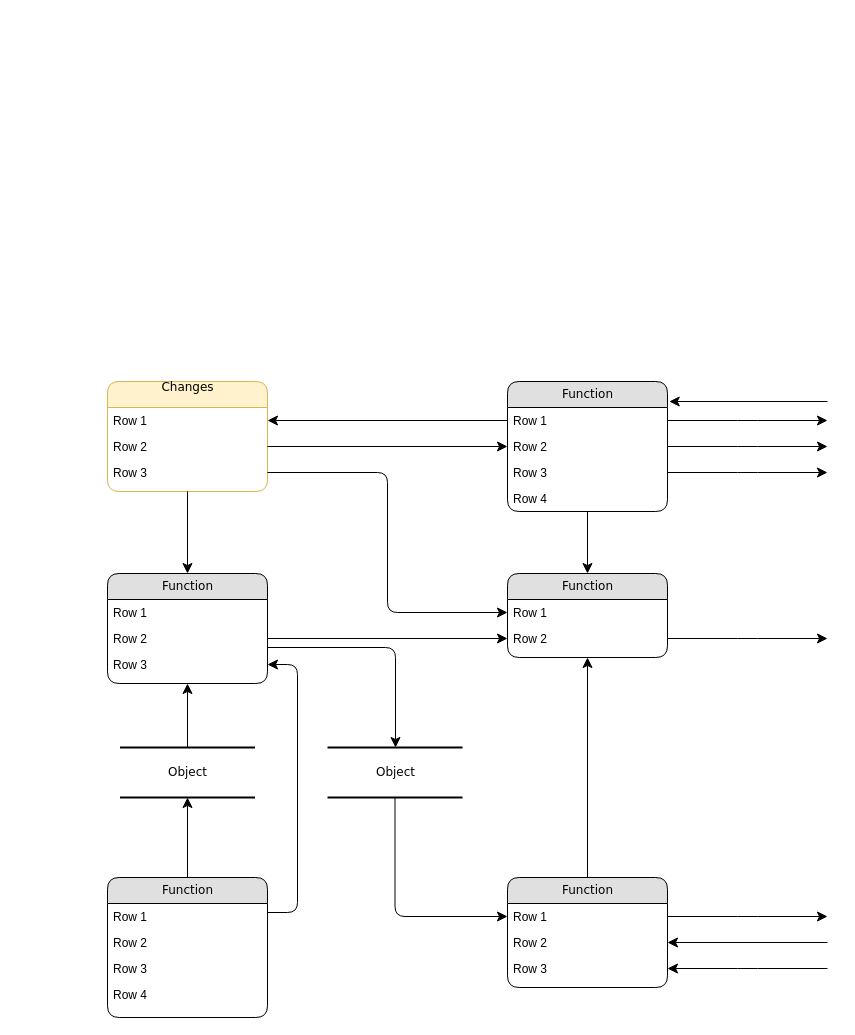
Earlier version of the draw.io diagram Untitled Diagram.drawio (98rahul/-sample-app). Source tidied: cells renumbered, new cells numbered last; positions are measured from the earlier drawing's top-left corner, leaving out a move shared by most shapes. Both pictures are drawn from the tidied source at 100%, with x=0, y=0 at pixel (107, 381).
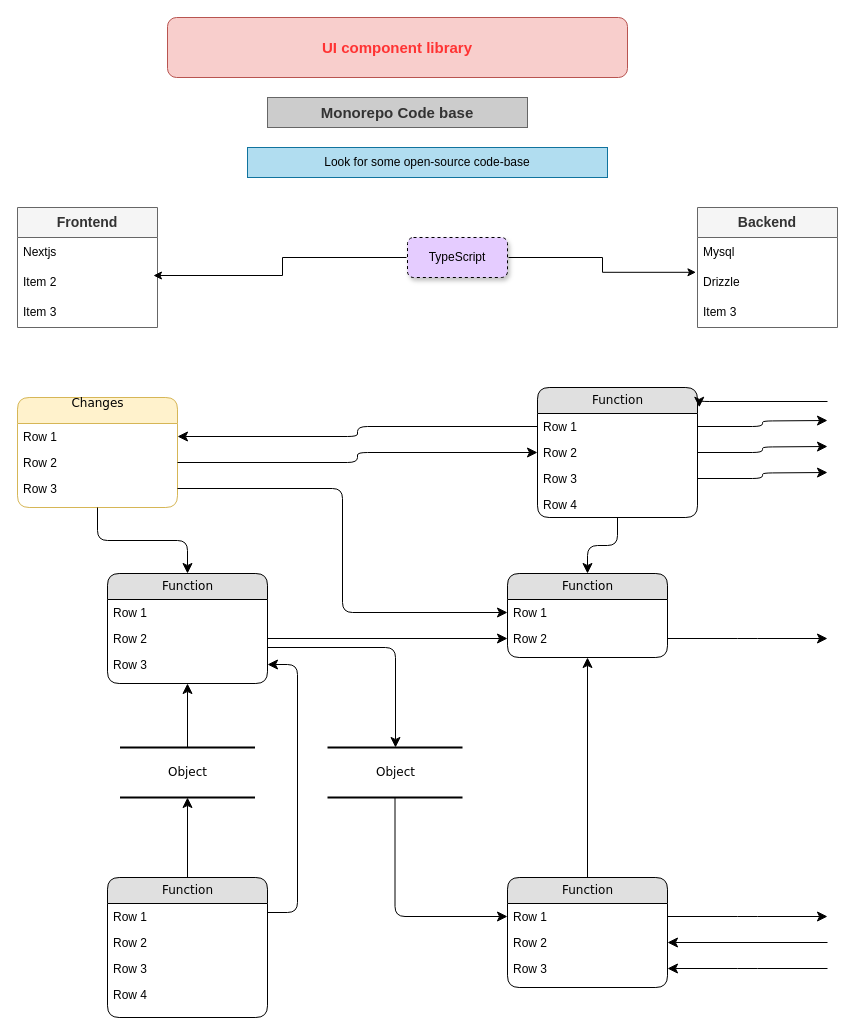
After the change.

The edit, as a diff of the source:
```diff
@@
     <mxCell id="3" value="Changes&lt;div&gt;&lt;br&gt;&lt;/div&gt;" style="swimlane;html=1;fontStyle=0;horizontal=1;startSize=26;fillColor=#fff2cc;swimlaneFillColor=#ffffff;align=center;rounded=1;shadow=0;comic=0;labelBackgroundColor=none;strokeWidth=1;fontFamily=Verdana;fontSize=12;strokeColor=#d6b656;" parent="1" vertex="1">
-      <mxGeometry width="160" height="110" as="geometry" />
+      <mxGeometry x="-90" y="16" width="160" height="110" as="geometry" />
     </mxCell>
@@
     <mxCell id="7" value="Function" style="swimlane;html=1;fontStyle=0;horizontal=1;startSize=26;fillColor=#e0e0e0;swimlaneFillColor=#ffffff;align=center;rounded=1;shadow=0;comic=0;labelBackgroundColor=none;strokeWidth=1;fontFamily=Verdana;fontSize=12;" parent="1" vertex="1">
-      <mxGeometry x="400" width="160" height="130" as="geometry" />
+      <mxGeometry x="430" y="6" width="160" height="130" as="geometry" />
     </mxCell>
@@
+    <mxCell id="49" value="UI component library" style="rounded=1;whiteSpace=wrap;html=1;fillColor=#f8cecc;strokeColor=#b85450;fontSize=15;fontStyle=1;fontColor=#FF3333;" parent="1" vertex="1">
+      <mxGeometry x="60" y="-364" width="460" height="60" as="geometry" />
+    </mxCell>
+    <mxCell id="50" value="&lt;font style=&quot;font-size: 14px;&quot;&gt;&lt;b&gt;Frontend&lt;/b&gt;&lt;/font&gt;" style="swimlane;fontStyle=0;horizontal=1;startSize=30;whiteSpace=wrap;html=1;fillColor=#f5f5f5;strokeColor=#666666;fontColor=#333333;" parent="1" vertex="1">
+      <mxGeometry x="-90" y="-174" width="140" height="120" as="geometry" />
+    </mxCell>
+    <mxCell id="51" value="Nextjs" style="text;strokeColor=none;fillColor=none;align=left;verticalAlign=middle;spacingLeft=4;spacingRight=4;overflow=hidden;whiteSpace=wrap;html=1;" parent="50" vertex="1">
+      <mxGeometry y="30" width="140" height="30" as="geometry" />
+    </mxCell>
+    <mxCell id="52" value="Item 2" style="text;strokeColor=none;fillColor=none;align=left;verticalAlign=middle;spacingLeft=4;spacingRight=4;overflow=hidden;points=[[0,0.5],[1,0.5]];portConstraint=eastwest;whiteSpace=wrap;html=1;" parent="50" vertex="1">
+      <mxGeometry y="60" width="140" height="30" as="geometry" />
+    </mxCell>
+    <mxCell id="53" value="Item 3" style="text;strokeColor=none;fillColor=none;align=left;verticalAlign=middle;spacingLeft=4;spacingRight=4;overflow=hidden;whiteSpace=wrap;html=1;" parent="50" vertex="1">
+      <mxGeometry y="90" width="140" height="30" as="geometry" />
+    </mxCell>
+    <mxCell id="54" value="&lt;b&gt;&lt;font style=&quot;font-size: 14px;&quot;&gt;Backend&lt;/font&gt;&lt;/b&gt;" style="swimlane;fontStyle=0;horizontal=1;startSize=30;whiteSpace=wrap;html=1;fillColor=#f5f5f5;fontColor=#333333;strokeColor=#666666;" parent="1" vertex="1">
+      <mxGeometry x="590" y="-174" width="140" height="120" as="geometry" />
+    </mxCell>
+    <mxCell id="55" value="Mysql" style="text;strokeColor=none;fillColor=none;align=left;verticalAlign=middle;spacingLeft=4;spacingRight=4;overflow=hidden;whiteSpace=wrap;html=1;" parent="54" vertex="1">
+      <mxGeometry y="30" width="140" height="30" as="geometry" />
+    </mxCell>
+    <mxCell id="56" value="Drizzle" style="text;strokeColor=none;fillColor=none;align=left;verticalAlign=middle;spacingLeft=4;spacingRight=4;overflow=hidden;points=[[0,0.5],[1,0.5]];portConstraint=eastwest;whiteSpace=wrap;html=1;" parent="54" vertex="1">
+      <mxGeometry y="60" width="140" height="30" as="geometry" />
+    </mxCell>
+    <mxCell id="57" value="Item 3" style="text;strokeColor=none;fillColor=none;align=left;verticalAlign=middle;spacingLeft=4;spacingRight=4;overflow=hidden;whiteSpace=wrap;html=1;" parent="54" vertex="1">
+      <mxGeometry y="90" width="140" height="30" as="geometry" />
+    </mxCell>
+    <mxCell id="58" value="TypeScript" style="rounded=1;whiteSpace=wrap;html=1;fillColor=light-dark(#E5CCFF,var(--ge-dark-color, #121212));labelBorderColor=none;textShadow=0;shadow=1;glass=0;dashed=1;strokeWidth=1;perimeterSpacing=1;" parent="1" vertex="1">
+      <mxGeometry x="300" y="-144" width="100" height="40" as="geometry" />
+    </mxCell>
+    <mxCell id="59" style="edgeStyle=orthogonalEdgeStyle;rounded=0;jettySize=auto;html=1;entryX=0.971;entryY=0.267;entryDx=0;entryDy=0;entryPerimeter=0;" parent="1" edge="1" source="58" target="52">
+      <mxGeometry relative="1" as="geometry" />
+    </mxCell>
+    <mxCell id="60" style="edgeStyle=orthogonalEdgeStyle;rounded=0;jettySize=auto;html=1;entryX=-0.011;entryY=0.16;entryDx=0;entryDy=0;entryPerimeter=0;" parent="1" edge="1" source="58" target="56">
+      <mxGeometry relative="1" as="geometry" />
+    </mxCell>
+    <mxCell id="61" value="&lt;font style=&quot;font-size: 15px;&quot;&gt;&lt;b&gt;Monorepo Code base&lt;/b&gt;&lt;/font&gt;" style="text;html=1;align=center;verticalAlign=middle;whiteSpace=wrap;rounded=0;fillColor=#CCCCCC;fontColor=#333333;strokeColor=#666666;" parent="1" vertex="1">
+      <mxGeometry x="160" y="-284" width="260" height="30" as="geometry" />
+    </mxCell>
+    <mxCell id="62" value="Look for some open-source code-base" style="text;html=1;align=center;verticalAlign=middle;whiteSpace=wrap;rounded=0;fillColor=#b1ddf0;strokeColor=#10739e;" parent="1" vertex="1">
+      <mxGeometry x="140" y="-234" width="360" height="30" as="geometry" />
+    </mxCell>
```
